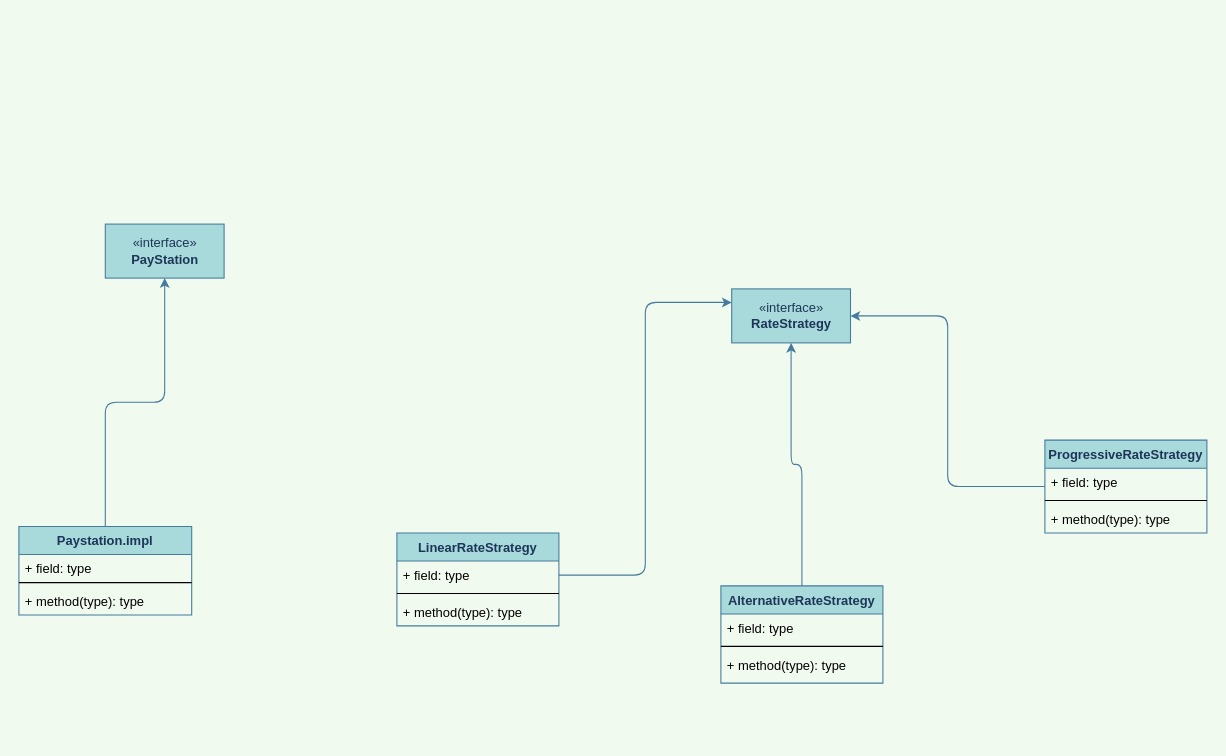
CIS-SoftwareDesign-S21/paystationmain-02-libohova-zhou keeps this draw.io diagram as .github/Untitled Diagram.drawio. Above is the earlier version. Source tidied: cells renumbered, new cells numbered last; positions are measured from the earlier drawing's top-left corner, leaving out a move shared by most shapes. Both pictures are drawn from the tidied source at 108%, with x=0, y=0 at pixel (18, 224).
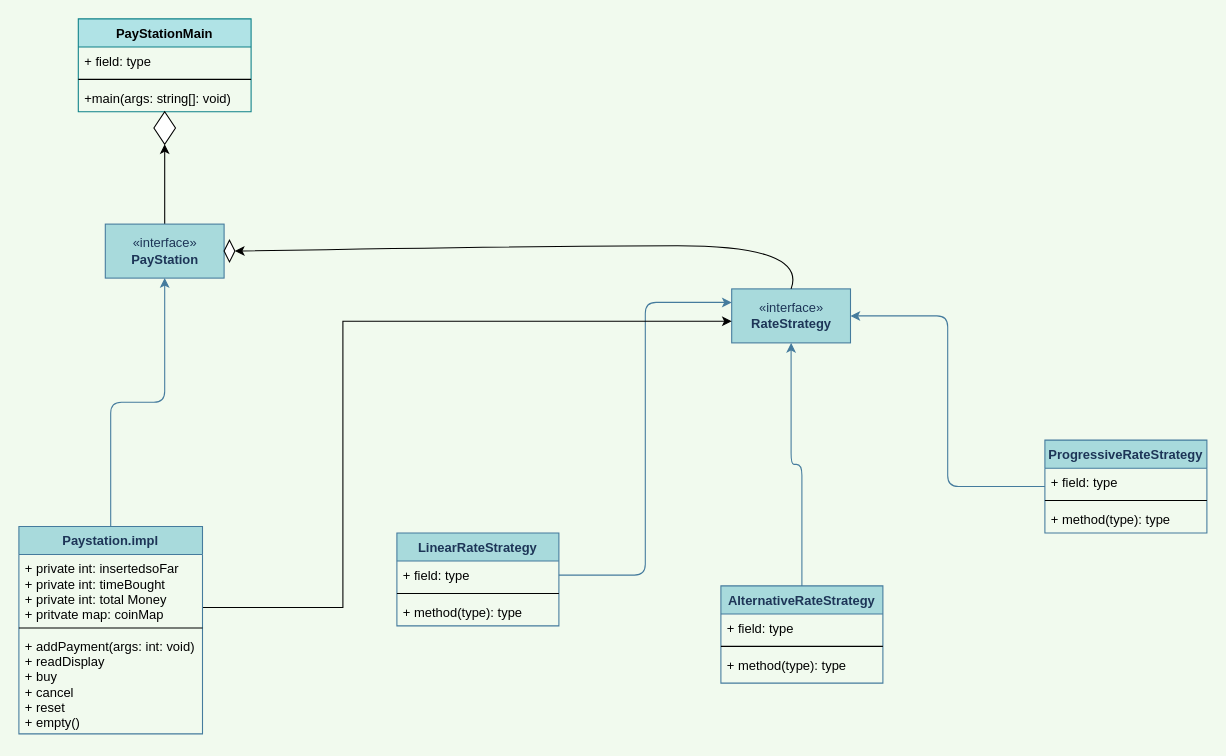
After the change.

The change refers to these unchanged cells:
```xml
<mxCell id="2" value="«interface»&lt;br&gt;&lt;b&gt;RateStrategy&lt;/b&gt;" style="html=1;rounded=0;sketch=0;strokeColor=#457B9D;fillColor=#A8DADC;fontColor=#1D3557;" parent="1" vertex="1">
  <mxGeometry x="660" y="60" width="110" height="50" as="geometry" />
</mxCell>
<mxCell id="15" value="+ field: type" style="text;strokeColor=none;fillColor=none;align=left;verticalAlign=top;spacingLeft=4;spacingRight=4;overflow=hidden;points=[[0,0.5],[1,0.5]];portConstraint=eastwest;" parent="14" vertex="1">
  <mxGeometry y="26" width="150" height="26" as="geometry" />
</mxCell>
<mxCell id="19" value="«interface»&lt;br&gt;&lt;b&gt;PayStation&lt;/b&gt;" style="html=1;rounded=0;sketch=0;strokeColor=#457B9D;fillColor=#A8DADC;fontColor=#1D3557;" parent="1" vertex="1">
  <mxGeometry x="80" width="110" height="50" as="geometry" />
</mxCell>
```

The edit, as a diff of the source:
```diff
@@
     <mxCell id="18" style="edgeStyle=orthogonalEdgeStyle;curved=0;rounded=1;sketch=0;jettySize=auto;html=1;exitX=1;exitY=0.5;exitDx=0;exitDy=0;entryX=0;entryY=0.25;entryDx=0;entryDy=0;strokeColor=#457B9D;fillColor=#A8DADC;fontColor=#1D3557;" parent="1" edge="1" source="15" target="2">
-      <mxGeometry relative="1" as="geometry" />
+      <mxGeometry relative="1" as="geometry">
+        <Array as="points">
+          <mxPoint x="580" y="325" />
+          <mxPoint x="580" y="73" />
+        </Array>
+      </mxGeometry>
     </mxCell>
+    <mxCell id="25" style="edgeStyle=orthogonalEdgeStyle;rounded=0;jettySize=auto;html=1;exitX=0.5;exitY=0;exitDx=0;exitDy=0;entryX=0.5;entryY=1;entryDx=0;entryDy=0;" parent="1" edge="1" source="19" target="31">
+      <mxGeometry relative="1" as="geometry" />
+    </mxCell>
@@
+    <mxCell id="26" style="edgeStyle=orthogonalEdgeStyle;rounded=0;jettySize=auto;html=1;" parent="1" edge="1" source="21" target="2">
+      <mxGeometry relative="1" as="geometry">
+        <Array as="points">
+          <mxPoint x="300" y="355" />
+          <mxPoint x="300" y="90" />
+        </Array>
+      </mxGeometry>
+    </mxCell>
     <mxCell id="21" value="Paystation.impl" style="swimlane;fontStyle=1;align=center;verticalAlign=top;horizontal=1;startSize=26;rounded=0;sketch=0;strokeColor=#457B9D;fillColor=#A8DADC;fontColor=#1D3557;" parent="1" vertex="1">
-      <mxGeometry y="280" width="160" height="82" as="geometry" />
+      <mxGeometry y="280" width="170" height="192" as="geometry" />
     </mxCell>
-    <mxCell id="22" value="+ field: type" style="text;strokeColor=none;fillColor=none;align=left;verticalAlign=top;spacingLeft=4;spacingRight=4;overflow=hidden;" parent="21" vertex="1">
-      <mxGeometry y="26" width="160" height="22" as="geometry" />
+    <mxCell id="22" value="+ private int: insertedsoFar&#10;+ private int: timeBought&#10;+ private int: total Money&#10;+ pritvate map: coinMap" style="text;strokeColor=none;fillColor=none;align=left;verticalAlign=top;spacingLeft=4;spacingRight=4;overflow=hidden;" parent="21" vertex="1">
+      <mxGeometry y="26" width="170" height="64" as="geometry" />
     </mxCell>
     <mxCell id="23" style="line;strokeWidth=1;fillColor=none;align=left;verticalAlign=middle;spacingTop=-1;spacingLeft=3;spacingRight=3;labelPosition=right;" parent="21" vertex="1">
-      <mxGeometry y="48" width="160" height="8" as="geometry" />
+      <mxGeometry y="90" width="170" height="8" as="geometry" />
     </mxCell>
-    <mxCell id="24" value="+ method(type): type" style="text;strokeColor=none;fillColor=none;align=left;verticalAlign=top;spacingLeft=4;spacingRight=4;overflow=hidden;" parent="21" vertex="1">
-      <mxGeometry y="56" width="160" height="26" as="geometry" />
+    <mxCell id="24" value="+ addPayment(args: int: void)&#10;+ readDisplay&#10;+ buy&#10;+ cancel&#10;+ reset&#10;+ empty()&#10;" style="text;strokeColor=none;fillColor=none;align=left;verticalAlign=top;spacingLeft=4;spacingRight=4;overflow=hidden;" parent="21" vertex="1">
+      <mxGeometry y="98" width="170" height="94" as="geometry" />
     </mxCell>
+    <mxCell id="27" value="PayStationMain" style="swimlane;fontStyle=1;align=center;verticalAlign=top;horizontal=1;startSize=26;fillColor=#b0e3e6;strokeColor=#0e8088;" parent="1" vertex="1">
+      <mxGeometry x="55" y="-190" width="160" height="86" as="geometry" />
+    </mxCell>
+    <mxCell id="28" value="+ field: type" style="text;strokeColor=none;fillColor=none;align=left;verticalAlign=top;spacingLeft=4;spacingRight=4;overflow=hidden;" parent="27" vertex="1">
+      <mxGeometry y="26" width="160" height="26" as="geometry" />
+    </mxCell>
+    <mxCell id="29" style="line;strokeWidth=1;fillColor=none;align=left;verticalAlign=middle;spacingTop=-1;spacingLeft=3;spacingRight=3;labelPosition=right;" parent="27" vertex="1">
+      <mxGeometry y="52" width="160" height="8" as="geometry" />
+    </mxCell>
+    <mxCell id="30" value="+main(args: string[]: void)" style="text;strokeColor=none;fillColor=none;align=left;verticalAlign=top;spacingLeft=4;spacingRight=4;overflow=hidden;" parent="27" vertex="1">
+      <mxGeometry y="60" width="160" height="26" as="geometry" />
+    </mxCell>
+    <mxCell id="31" style="rhombus;whiteSpace=wrap;html=1;" parent="1" vertex="1">
+      <mxGeometry x="125" y="-104" width="20" height="30" as="geometry" />
+    </mxCell>
+    <mxCell id="32" style="rhombus;whiteSpace=wrap;html=1;" parent="1" vertex="1">
+      <mxGeometry x="190" y="15" width="10" height="20" as="geometry" />
+    </mxCell>
+    <mxCell id="33" style="curved=1;endArrow=classic;html=1;entryX=1;entryY=0.5;entryDx=0;entryDy=0;exitX=0.5;exitY=0;exitDx=0;exitDy=0;" parent="1" edge="1" source="2" target="32">
+      <mxGeometry relative="1" as="geometry">
+        <Array as="points">
+          <mxPoint x="730" y="20" />
+          <mxPoint x="490" y="20" />
+        </Array>
+      </mxGeometry>
+    </mxCell>
```
